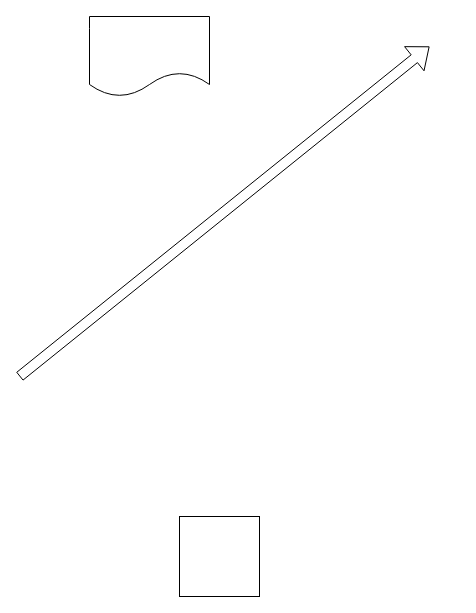
The draw.io diagram Diagram zonder titel.drawio in AnnFell/test_drawio, before the edit. Source tidied: cells renumbered, new cells numbered last; positions are measured from the earlier drawing's top-left corner, leaving out a move shared by most shapes. Both pictures are drawn from the tidied source at 100%, with x=0, y=0 at pixel (19, 16).
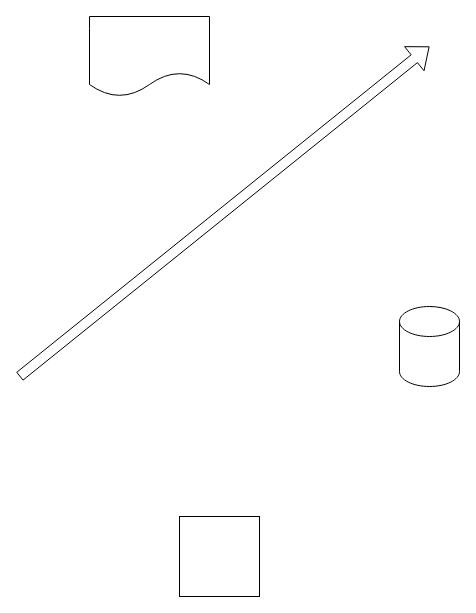
The same diagram, later.

The edit, as a diff of the source:
```diff
@@
 <mxGraphModel>
   <root>
     <mxCell id="0" />
     <mxCell id="1" parent="0" />
     <mxCell id="2" style="rhombus;whiteSpace=wrap;html=1;" parent="1" vertex="1">
       <mxGeometry x="160" y="500" width="80" height="80" as="geometry" />
     </mxCell>
     <mxCell id="3" style="whiteSpace=wrap;html=1;" parent="1" vertex="1">
       <mxGeometry x="160" y="500" width="80" height="80" as="geometry" />
     </mxCell>
     <mxCell id="4" style="whiteSpace=wrap;html=1;" parent="1" vertex="1">
       <mxGeometry x="160" y="500" width="80" height="80" as="geometry" />
     </mxCell>
     <mxCell id="5" style="shape=document;whiteSpace=wrap;html=1;boundedLbl=1;" parent="1" vertex="1">
       <mxGeometry x="70" width="120" height="80" as="geometry" />
     </mxCell>
     <mxCell id="6" style="shape=flexArrow;endArrow=classic;html=1;rounded=0;" parent="1" edge="1">
       <mxGeometry relative="1" as="geometry">
         <mxPoint y="360" as="sourcePoint" />
         <mxPoint x="410" y="30" as="targetPoint" />
       </mxGeometry>
     </mxCell>
+    <mxCell id="7" style="shape=cylinder3;whiteSpace=wrap;html=1;boundedLbl=1;backgroundOutline=1;size=15;" parent="1" vertex="1">
+      <mxGeometry x="380" y="290" width="60" height="80" as="geometry" />
+    </mxCell>
   </root>
 </mxGraphModel>
```
